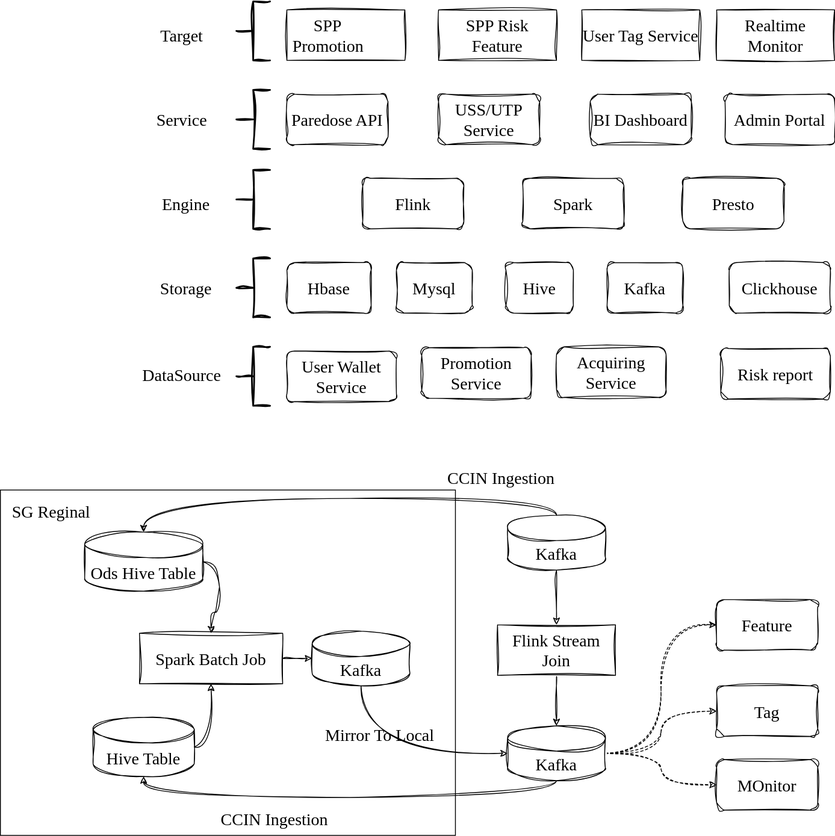
This is 答辩准备1.drawio.svg from LadyTao/flink-learning, a draw.io export, as it was before one commit. Source tidied: cells renumbered, new cells last; positions are measured from the earlier drawing's top-left corner, leaving out a move shared by most shapes.
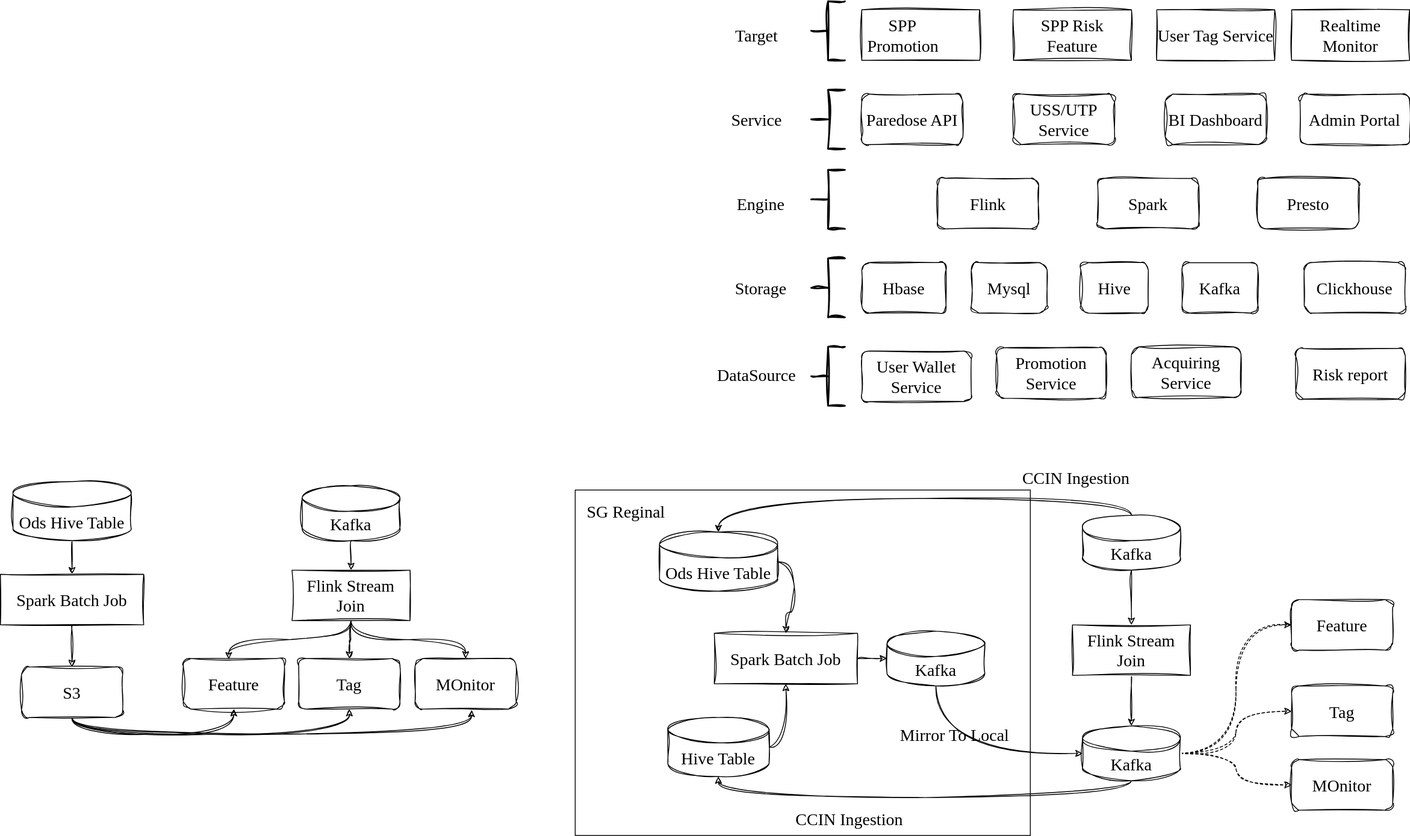
The same file after the commit.

Commit message:
更新答辩准备1.drawio.svg

Change to the diagram source:
```diff
@@ -185,5 +185,56 @@
     <mxCell id="62" value="SG Reginal" style="text;html=1;align=center;verticalAlign=middle;strokeColor=none;fillColor=none;fontSize=20;fontFamily=Architects Daughter;" parent="1" vertex="1">
       <mxGeometry y="585" width="120" height="40" as="geometry" />
     </mxCell>
+    <mxCell id="63" style="edgeStyle=orthogonalEdgeStyle;rounded=0;sketch=1;hachureGap=4;jiggle=2;curveFitting=1;jettySize=auto;html=1;exitX=0.5;exitY=1;exitDx=0;exitDy=0;exitPerimeter=0;entryX=0.5;entryY=0;entryDx=0;entryDy=0;fontFamily=Architects Daughter;fontSource=https%3A%2F%2Ffonts.googleapis.com%2Fcss%3Ffamily%3DArchitects%2BDaughter;fontSize=16;" parent="1" edge="1" source="64" target="68">
+      <mxGeometry relative="1" as="geometry" />
+    </mxCell>
+    <mxCell id="64" value="Kafka" style="shape=cylinder3;whiteSpace=wrap;html=1;boundedLbl=1;backgroundOutline=1;size=15;sketch=1;hachureGap=4;jiggle=2;curveFitting=1;fontFamily=Architects Daughter;fontSource=https%3A%2F%2Ffonts.googleapis.com%2Fcss%3Ffamily%3DArchitects%2BDaughter;fontSize=20;" parent="1" vertex="1">
+      <mxGeometry x="-324" y="575" width="116" height="65" as="geometry" />
+    </mxCell>
+    <mxCell id="65" style="edgeStyle=orthogonalEdgeStyle;sketch=1;hachureGap=4;jiggle=2;curveFitting=1;jettySize=auto;html=1;exitX=0.5;exitY=1;exitDx=0;exitDy=0;entryX=0.45;entryY=0.017;entryDx=0;entryDy=0;entryPerimeter=0;fontFamily=Architects Daughter;fontSource=https%3A%2F%2Ffonts.googleapis.com%2Fcss%3Ffamily%3DArchitects%2BDaughter;fontSize=16;curved=1;" parent="1" edge="1" source="68" target="69">
+      <mxGeometry relative="1" as="geometry" />
+    </mxCell>
+    <mxCell id="66" style="edgeStyle=orthogonalEdgeStyle;sketch=1;hachureGap=4;jiggle=2;curveFitting=1;jettySize=auto;html=1;exitX=0.5;exitY=1;exitDx=0;exitDy=0;entryX=0.5;entryY=0;entryDx=0;entryDy=0;fontFamily=Architects Daughter;fontSource=https%3A%2F%2Ffonts.googleapis.com%2Fcss%3Ffamily%3DArchitects%2BDaughter;fontSize=16;curved=1;" parent="1" edge="1" source="68" target="71">
+      <mxGeometry relative="1" as="geometry" />
+    </mxCell>
+    <mxCell id="67" style="edgeStyle=orthogonalEdgeStyle;sketch=1;hachureGap=4;jiggle=2;curveFitting=1;jettySize=auto;html=1;exitX=0.5;exitY=1;exitDx=0;exitDy=0;entryX=0.5;entryY=0;entryDx=0;entryDy=0;fontFamily=Architects Daughter;fontSource=https%3A%2F%2Ffonts.googleapis.com%2Fcss%3Ffamily%3DArchitects%2BDaughter;fontSize=16;curved=1;" parent="1" edge="1" source="68" target="70">
+      <mxGeometry relative="1" as="geometry" />
+    </mxCell>
+    <mxCell id="68" value="Flink Stream Join" style="rounded=0;whiteSpace=wrap;html=1;sketch=1;hachureGap=4;jiggle=2;curveFitting=1;fontFamily=Architects Daughter;fontSource=https%3A%2F%2Ffonts.googleapis.com%2Fcss%3Ffamily%3DArchitects%2BDaughter;fontSize=20;" parent="1" vertex="1">
+      <mxGeometry x="-336" y="675" width="140" height="60" as="geometry" />
+    </mxCell>
+    <mxCell id="69" value="Feature" style="rounded=1;whiteSpace=wrap;html=1;sketch=1;hachureGap=4;jiggle=2;curveFitting=1;fontFamily=Architects Daughter;fontSource=https%3A%2F%2Ffonts.googleapis.com%2Fcss%3Ffamily%3DArchitects%2BDaughter;fontSize=20;" parent="1" vertex="1">
+      <mxGeometry x="-465" y="780" width="120" height="60" as="geometry" />
+    </mxCell>
+    <mxCell id="70" value="Tag" style="rounded=1;whiteSpace=wrap;html=1;sketch=1;hachureGap=4;jiggle=2;curveFitting=1;fontFamily=Architects Daughter;fontSource=https%3A%2F%2Ffonts.googleapis.com%2Fcss%3Ffamily%3DArchitects%2BDaughter;fontSize=20;" parent="1" vertex="1">
+      <mxGeometry x="-328" y="780" width="120" height="60" as="geometry" />
+    </mxCell>
+    <mxCell id="71" value="MOnitor" style="rounded=1;whiteSpace=wrap;html=1;sketch=1;hachureGap=4;jiggle=2;curveFitting=1;fontFamily=Architects Daughter;fontSource=https%3A%2F%2Ffonts.googleapis.com%2Fcss%3Ffamily%3DArchitects%2BDaughter;fontSize=20;" parent="1" vertex="1">
+      <mxGeometry x="-190" y="780" width="120" height="60" as="geometry" />
+    </mxCell>
+    <mxCell id="72" style="edgeStyle=orthogonalEdgeStyle;rounded=0;sketch=1;hachureGap=4;jiggle=2;curveFitting=1;jettySize=auto;html=1;exitX=0.5;exitY=1;exitDx=0;exitDy=0;exitPerimeter=0;entryX=0.5;entryY=0;entryDx=0;entryDy=0;fontFamily=Architects Daughter;fontSource=https%3A%2F%2Ffonts.googleapis.com%2Fcss%3Ffamily%3DArchitects%2BDaughter;fontSize=16;" parent="1" edge="1" source="73" target="75">
+      <mxGeometry relative="1" as="geometry" />
+    </mxCell>
+    <mxCell id="73" value="Ods Hive Table" style="shape=cylinder3;whiteSpace=wrap;html=1;boundedLbl=1;backgroundOutline=1;size=15;sketch=1;hachureGap=4;jiggle=2;curveFitting=1;fontFamily=Architects Daughter;fontSource=https%3A%2F%2Ffonts.googleapis.com%2Fcss%3Ffamily%3DArchitects%2BDaughter;fontSize=20;" parent="1" vertex="1">
+      <mxGeometry x="-667" y="570" width="140" height="70" as="geometry" />
+    </mxCell>
+    <mxCell id="74" style="edgeStyle=orthogonalEdgeStyle;sketch=1;hachureGap=4;jiggle=2;curveFitting=1;jettySize=auto;html=1;exitX=0.5;exitY=1;exitDx=0;exitDy=0;entryX=0.5;entryY=0;entryDx=0;entryDy=0;fontFamily=Architects Daughter;fontSource=https%3A%2F%2Ffonts.googleapis.com%2Fcss%3Ffamily%3DArchitects%2BDaughter;fontSize=16;curved=1;" parent="1" edge="1" source="75" target="79">
+      <mxGeometry relative="1" as="geometry" />
+    </mxCell>
+    <mxCell id="75" value="Spark Batch Job" style="rounded=0;whiteSpace=wrap;html=1;sketch=1;hachureGap=4;jiggle=2;curveFitting=1;fontFamily=Architects Daughter;fontSource=https%3A%2F%2Ffonts.googleapis.com%2Fcss%3Ffamily%3DArchitects%2BDaughter;fontSize=20;" parent="1" vertex="1">
+      <mxGeometry x="-682" y="680" width="170" height="60" as="geometry" />
+    </mxCell>
+    <mxCell id="76" style="edgeStyle=orthogonalEdgeStyle;sketch=1;hachureGap=4;jiggle=2;curveFitting=1;jettySize=auto;html=1;exitX=0.5;exitY=1;exitDx=0;exitDy=0;entryX=0.5;entryY=1;entryDx=0;entryDy=0;fontFamily=Architects Daughter;fontSource=https%3A%2F%2Ffonts.googleapis.com%2Fcss%3Ffamily%3DArchitects%2BDaughter;fontSize=16;curved=1;" parent="1" edge="1" source="79" target="69">
+      <mxGeometry relative="1" as="geometry" />
+    </mxCell>
+    <mxCell id="77" style="edgeStyle=orthogonalEdgeStyle;sketch=1;hachureGap=4;jiggle=2;curveFitting=1;jettySize=auto;html=1;exitX=0.5;exitY=1;exitDx=0;exitDy=0;entryX=0.5;entryY=1;entryDx=0;entryDy=0;fontFamily=Architects Daughter;fontSource=https%3A%2F%2Ffonts.googleapis.com%2Fcss%3Ffamily%3DArchitects%2BDaughter;fontSize=16;curved=1;" parent="1" edge="1" source="79" target="70">
+      <mxGeometry relative="1" as="geometry" />
+    </mxCell>
+    <mxCell id="78" style="edgeStyle=orthogonalEdgeStyle;sketch=1;hachureGap=4;jiggle=2;curveFitting=1;jettySize=auto;html=1;exitX=0.5;exitY=1;exitDx=0;exitDy=0;entryX=0.558;entryY=1.017;entryDx=0;entryDy=0;entryPerimeter=0;fontFamily=Architects Daughter;fontSource=https%3A%2F%2Ffonts.googleapis.com%2Fcss%3Ffamily%3DArchitects%2BDaughter;fontSize=16;curved=1;" parent="1" edge="1" source="79" target="71">
+      <mxGeometry relative="1" as="geometry" />
+    </mxCell>
+    <mxCell id="79" value="S3" style="rounded=1;whiteSpace=wrap;html=1;sketch=1;hachureGap=4;jiggle=2;curveFitting=1;fontFamily=Architects Daughter;fontSource=https%3A%2F%2Ffonts.googleapis.com%2Fcss%3Ffamily%3DArchitects%2BDaughter;fontSize=20;" parent="1" vertex="1">
+      <mxGeometry x="-657" y="790" width="120" height="60" as="geometry" />
+    </mxCell>
   </root>
 </mxGraphModel>
```
